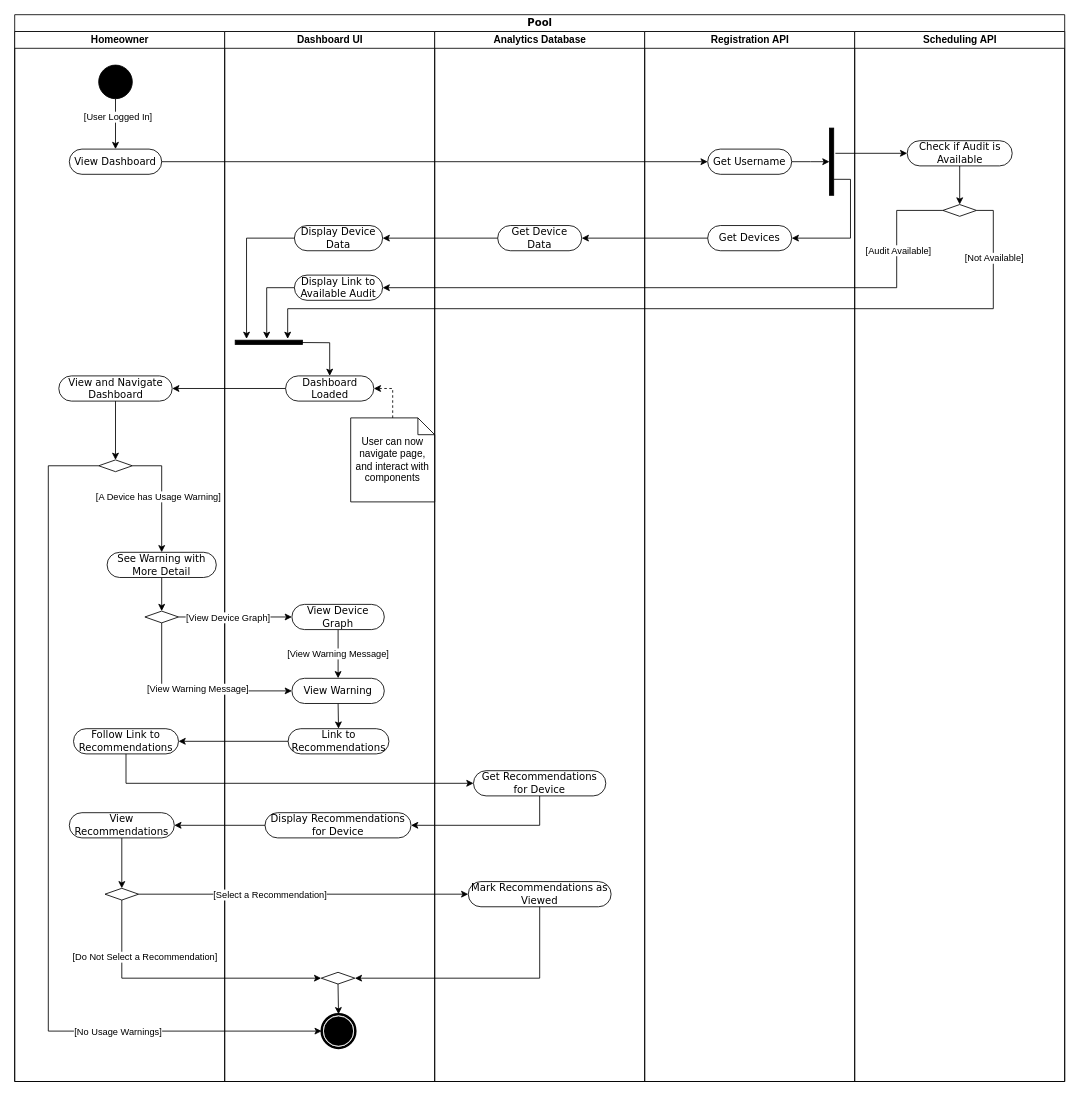
Earlier version of the draw.io diagram milestone-3/Activity_AnalyticsMicroservice.drawio (uvic-teach/project-m1-team15). Source tidied: cells renumbered, new cells numbered last; positions are measured from the earlier drawing's top-left corner, leaving out a move shared by most shapes. Both pictures are drawn from the tidied source at 84%, with x=0, y=0 at pixel (14, 14).
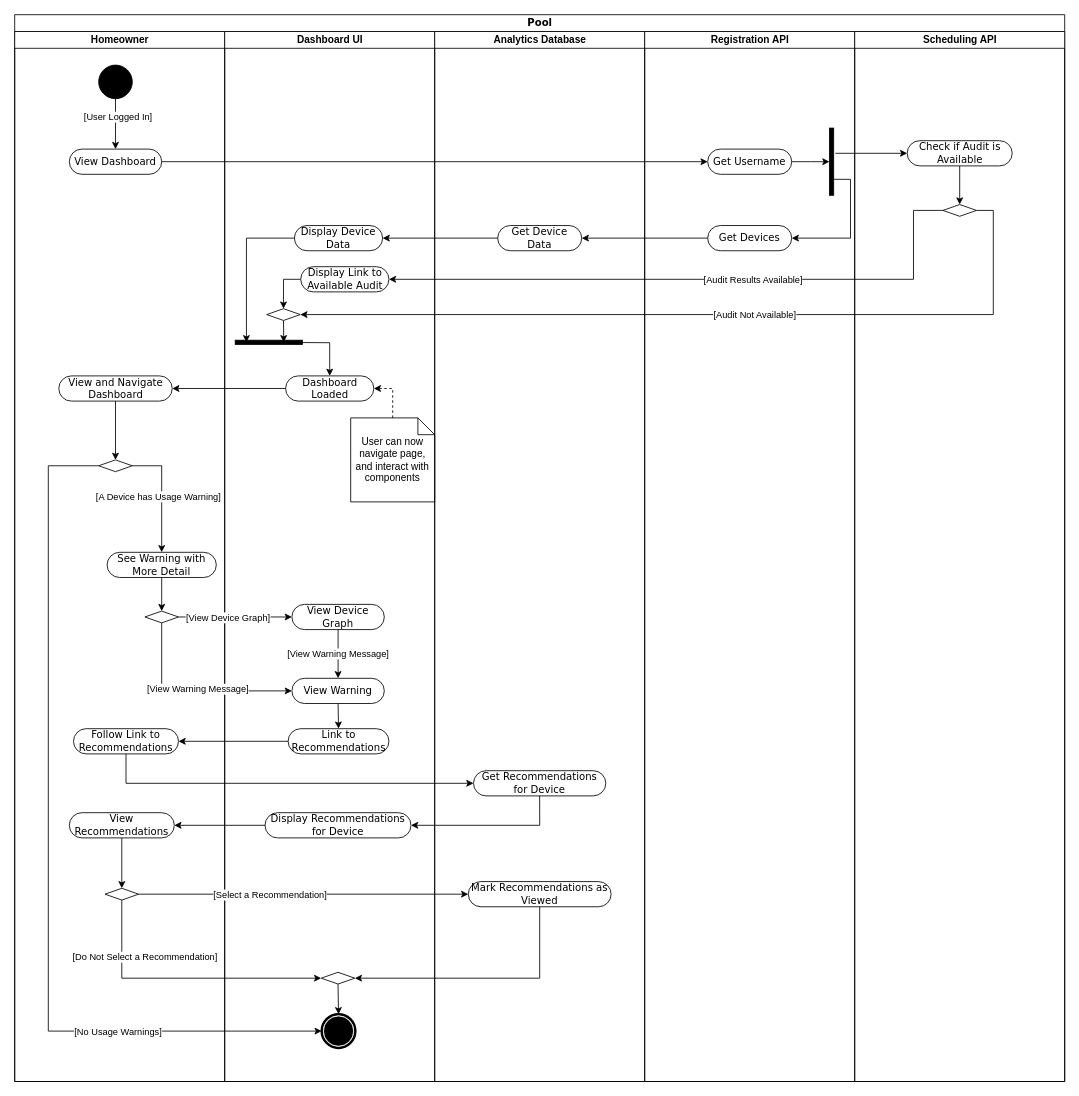
The same diagram, later.

Unchanged cells that the change refers to:
```xml
<mxCell id="20" value="Dashboard UI" style="swimlane;html=1;startSize=20;" parent="2" vertex="1">
  <mxGeometry x="250" y="20" width="250" height="1250" as="geometry" />
</mxCell>
<mxCell id="22" value="Display Device Data" style="rounded=1;whiteSpace=wrap;html=1;shadow=0;comic=0;labelBackgroundColor=none;strokeWidth=1;fontFamily=Verdana;fontSize=12;align=center;arcSize=50;" parent="20" vertex="1">
  <mxGeometry x="83" y="231" width="105" height="30" as="geometry" />
</mxCell>
<mxCell id="24" style="html=1;points=[];perimeter=orthogonalPerimeter;fillColor=strokeColor;rotation=90;" parent="20" vertex="1">
  <mxGeometry x="50" y="330" width="5" height="80" as="geometry" />
</mxCell>
<mxCell id="72" style="rhombus;whiteSpace=wrap;html=1;" parent="69" vertex="1">
  <mxGeometry x="105" y="206" width="40" height="14" as="geometry" />
</mxCell>
```

Change to the diagram source:
```diff
@@
+    <mxCell id="78" style="edgeStyle=orthogonalEdgeStyle;rounded=0;jettySize=auto;html=1;exitX=0;exitY=0.5;exitDx=0;exitDy=0;entryX=0.5;entryY=0;entryDx=0;entryDy=0;" parent="20" edge="1" source="23" target="80">
+      <mxGeometry relative="1" as="geometry" />
+    </mxCell>
     <mxCell id="23" value="Display Link to Available Audit" style="rounded=1;whiteSpace=wrap;html=1;shadow=0;comic=0;labelBackgroundColor=none;strokeWidth=1;fontFamily=Verdana;fontSize=12;align=center;arcSize=50;" parent="20" vertex="1">
-      <mxGeometry x="83" y="290" width="105" height="30" as="geometry" />
+      <mxGeometry x="90.5" y="280" width="105" height="30" as="geometry" />
     </mxCell>
@@
-    <mxCell id="25" style="edgeStyle=orthogonalEdgeStyle;rounded=0;jettySize=auto;html=1;exitX=0;exitY=0.5;exitDx=0;exitDy=0;entryX=-0.3;entryY=0.831;entryDx=0;entryDy=0;entryPerimeter=0;" parent="20" edge="1" source="22" target="24">
-      <mxGeometry relative="1" as="geometry" />
-    </mxCell>
-    <mxCell id="26" style="edgeStyle=orthogonalEdgeStyle;rounded=0;jettySize=auto;html=1;exitX=0;exitY=0.5;exitDx=0;exitDy=0;entryX=-0.3;entryY=0.531;entryDx=0;entryDy=0;entryPerimeter=0;" parent="20" edge="1" source="23" target="24">
-      <mxGeometry relative="1" as="geometry" />
-    </mxCell>
@@
+    <mxCell id="79" style="edgeStyle=orthogonalEdgeStyle;rounded=0;jettySize=auto;html=1;exitX=0.5;exitY=1;exitDx=0;exitDy=0;" parent="20" edge="1" source="80">
+      <mxGeometry relative="1" as="geometry">
+        <mxPoint x="70.3" y="370" as="targetPoint" />
+      </mxGeometry>
+    </mxCell>
+    <mxCell id="80" style="rhombus;whiteSpace=wrap;html=1;" parent="20" vertex="1">
+      <mxGeometry x="50" y="330" width="40" height="14" as="geometry" />
+    </mxCell>
+    <mxCell id="25" style="edgeStyle=orthogonalEdgeStyle;rounded=0;jettySize=auto;html=1;exitX=0;exitY=0.5;exitDx=0;exitDy=0;entryX=0.5;entryY=0.833;entryDx=0;entryDy=0;entryPerimeter=0;" parent="20" edge="1" source="22" target="24">
+      <mxGeometry relative="1" as="geometry" />
+    </mxCell>
@@
+    <mxCell id="81" style="edgeStyle=orthogonalEdgeStyle;rounded=0;jettySize=auto;html=1;exitX=1;exitY=0.5;exitDx=0;exitDy=0;entryX=1;entryY=0.5;entryDx=0;entryDy=0;" parent="1" edge="1" source="72" target="80">
+      <mxGeometry relative="1" as="geometry" />
+    </mxCell>
+    <mxCell id="82" value="[Audit Not Available]" style="edgeLabel;html=1;align=center;verticalAlign=middle;" parent="81" vertex="1">
+      <mxGeometry x="0.11" y="2" relative="1" as="geometry">
+        <mxPoint x="109" y="-2" as="offset" />
+      </mxGeometry>
+    </mxCell>
     <mxCell id="74" style="edgeStyle=orthogonalEdgeStyle;rounded=0;jettySize=auto;html=1;exitX=0;exitY=0.5;exitDx=0;exitDy=0;entryX=1;entryY=0.5;entryDx=0;entryDy=0;" parent="1" edge="1" source="72" target="23">
       <mxGeometry relative="1" as="geometry">
         <Array as="points">
-          <mxPoint x="1050" y="233" />
-          <mxPoint x="1050" y="325" />
+          <mxPoint x="1070" y="233" />
+          <mxPoint x="1070" y="315" />
         </Array>
       </mxGeometry>
     </mxCell>
-    <mxCell id="75" value="[Audit Available]" style="edgeLabel;html=1;align=center;verticalAlign=middle;" parent="74" vertex="1">
-      <mxGeometry x="-0.73" y="1" relative="1" as="geometry" />
-    </mxCell>
-    <mxCell id="76" style="edgeStyle=orthogonalEdgeStyle;rounded=0;jettySize=auto;html=1;exitX=1;exitY=0.5;exitDx=0;exitDy=0;entryX=-0.3;entryY=0.219;entryDx=0;entryDy=0;entryPerimeter=0;" parent="1" edge="1" source="72" target="24">
-      <mxGeometry relative="1" as="geometry">
-        <Array as="points">
-          <mxPoint x="1165" y="233" />
-          <mxPoint x="1165" y="350" />
-          <mxPoint x="325" y="350" />
-        </Array>
-      </mxGeometry>
-    </mxCell>
-    <mxCell id="77" value="[Not Available]" style="edgeLabel;html=1;align=center;verticalAlign=middle;" parent="76" vertex="1">
-      <mxGeometry x="-0.85" relative="1" as="geometry" />
-    </mxCell>
+    <mxCell id="83" value="[Audit Results Available]" style="edgeLabel;html=1;align=center;verticalAlign=middle;" parent="74" vertex="1">
+      <mxGeometry x="-0.04" y="4" relative="1" as="geometry">
+        <mxPoint x="47" y="-4" as="offset" />
+      </mxGeometry>
+    </mxCell>
```
